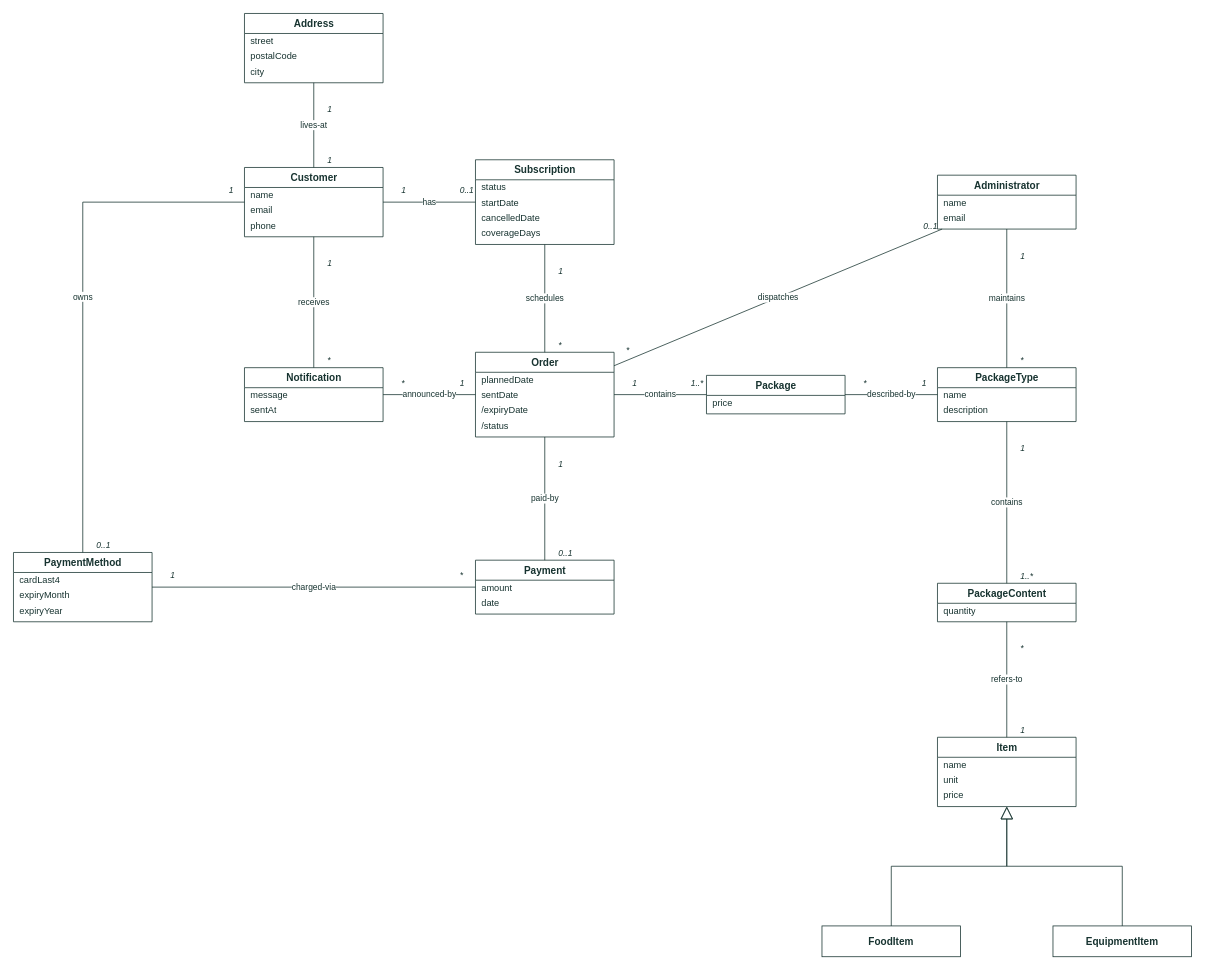
The draw.io diagram page "Domain model" (1 of 3) of docs/assets/drawio/domain-model.drawio in Mosekjaer/prepmeup, before the edit. Source tidied: cells renumbered, new cells numbered last; positions are measured from the earlier drawing's top-left corner, leaving out a move shared by most shapes. Both pictures are drawn from the tidied source at 77%, with x=0, y=0 at pixel (13, 13).
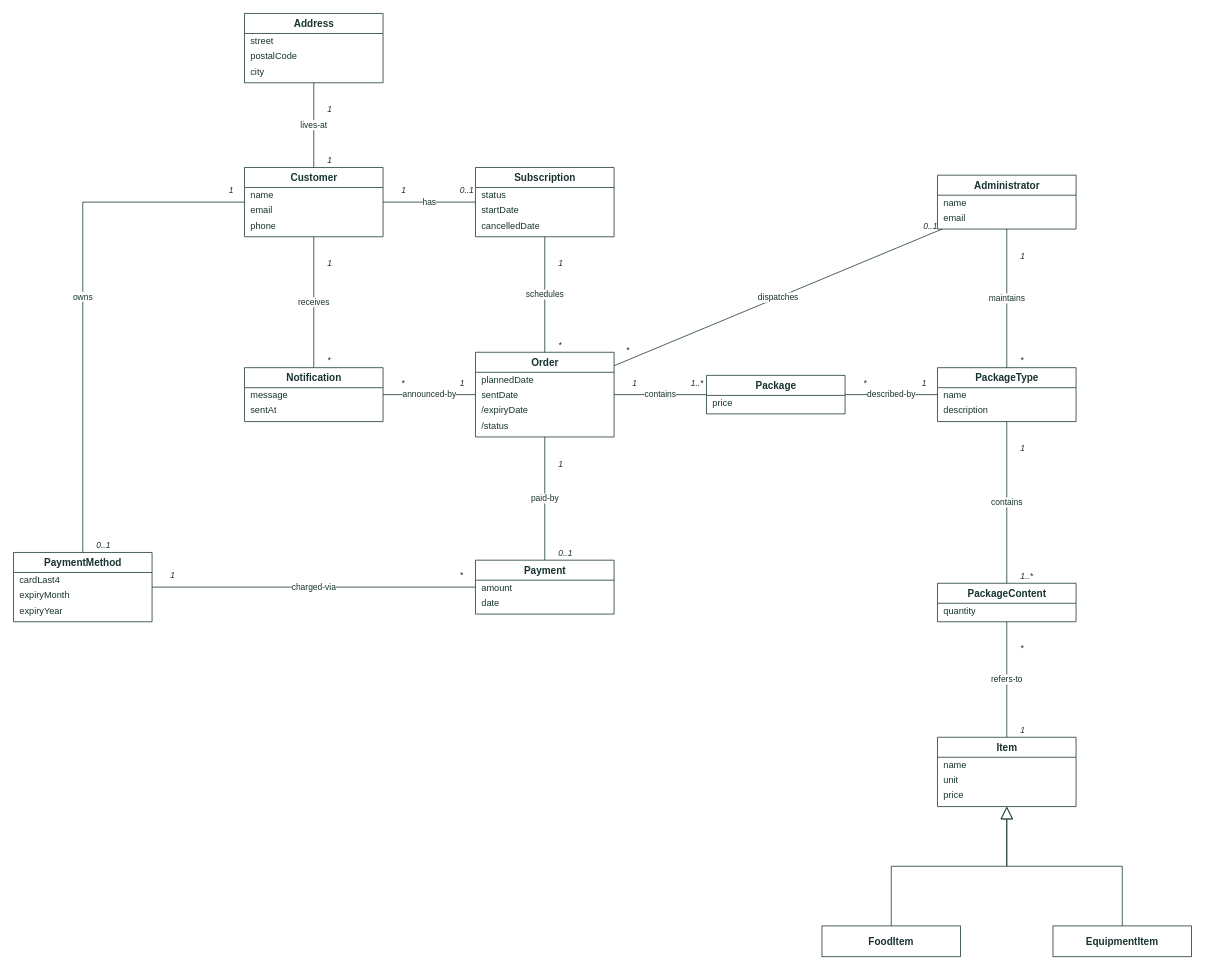
After the change.

Diff of the diagram source:
```diff
@@
     <mxCell id="10" value="Subscription" style="swimlane;fontStyle=1;horizontal=1;startSize=26;fillColor=#FFFFFF;swimlaneFillColor=#FFFFFF;strokeColor=#173330;fontColor=#173330;fontSize=13;html=1;" parent="1" vertex="1">
-      <mxGeometry x="600" y="190" width="180" height="110" as="geometry" />
+      <mxGeometry x="600" y="200" width="180" height="90" as="geometry" />
     </mxCell>
@@
-    <mxCell id="14" value="coverageDays" style="text;strokeColor=none;fillColor=none;align=left;verticalAlign=middle;spacingLeft=6;spacingRight=4;overflow=hidden;fontSize=12;html=1;fontColor=#173330;" parent="10" vertex="1">
-      <mxGeometry y="86" width="180" height="20" as="geometry" />
-    </mxCell>
```
